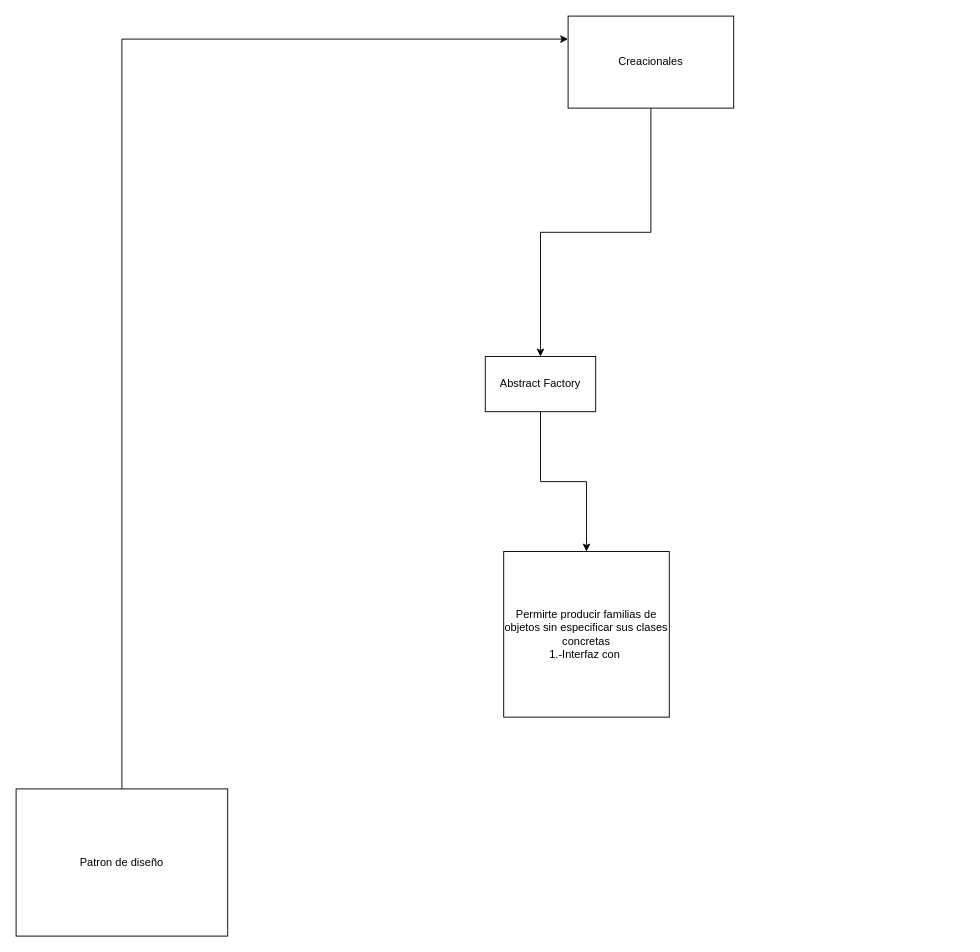
The draw.io diagram PatronesDisegne.drawio in droidark/mental-maps, before the edit. Source tidied: cells renumbered, new cells numbered last; positions are measured from the earlier drawing's top-left corner, leaving out a move shared by most shapes. Both pictures are drawn from the tidied source at 92%, with x=0, y=0 at pixel (16, 16).
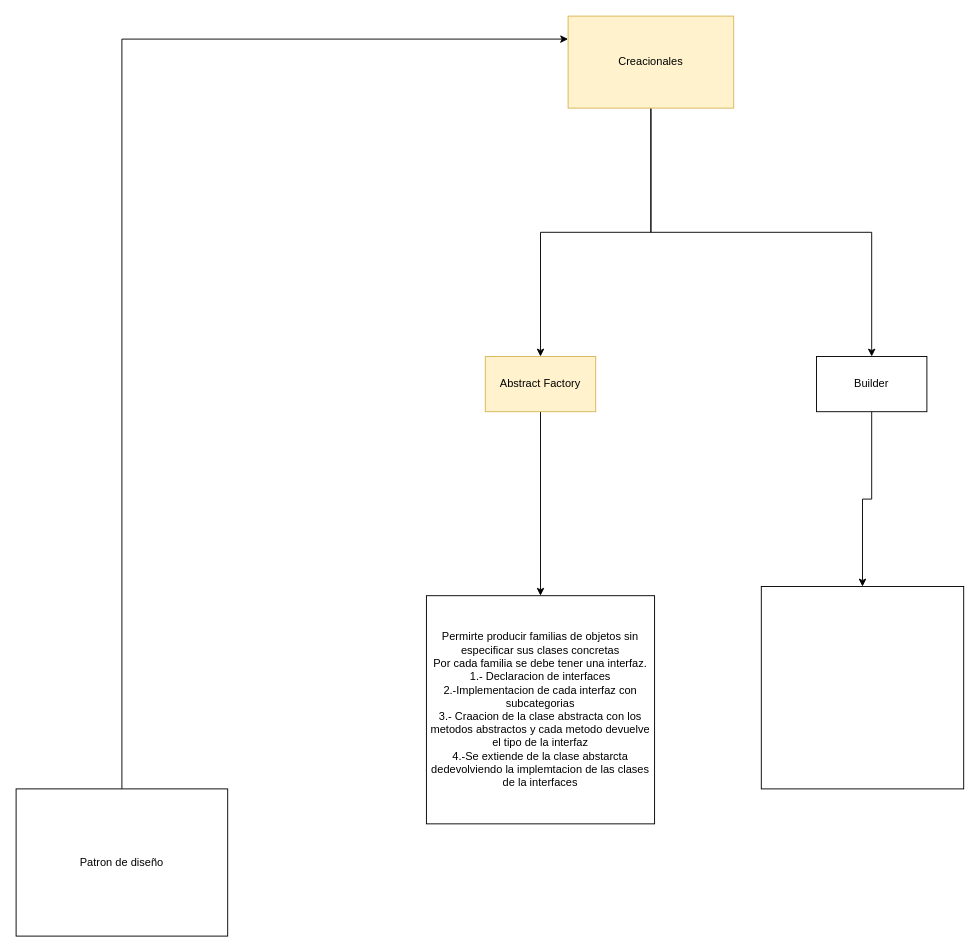
After the change.

The edit, as a diff of the source:
```diff
@@
 <mxGraphModel>
   <root>
     <mxCell id="0" />
     <mxCell id="1" parent="0" />
     <mxCell id="2" style="edgeStyle=orthogonalEdgeStyle;rounded=0;jettySize=auto;html=1;exitX=0.5;exitY=0;exitDx=0;exitDy=0;entryX=0;entryY=0.25;entryDx=0;entryDy=0;" parent="1" edge="1" source="3" target="5">
       <mxGeometry relative="1" as="geometry" />
     </mxCell>
     <mxCell id="3" value="Patron de diseño" style="rounded=0;whiteSpace=wrap;html=1;" parent="1" vertex="1">
       <mxGeometry y="840" width="230" height="160" as="geometry" />
     </mxCell>
     <mxCell id="4" style="edgeStyle=orthogonalEdgeStyle;rounded=0;jettySize=auto;html=1;exitX=0.5;exitY=1;exitDx=0;exitDy=0;" parent="1" edge="1" source="5" target="7">
       <mxGeometry relative="1" as="geometry" />
     </mxCell>
+    <mxCell id="9" style="edgeStyle=orthogonalEdgeStyle;rounded=0;jettySize=auto;html=1;exitX=0.5;exitY=1;exitDx=0;exitDy=0;" parent="1" edge="1" source="5" target="11">
+      <mxGeometry relative="1" as="geometry" />
+    </mxCell>
-    <mxCell id="5" value="Creacionales" style="rounded=0;whiteSpace=wrap;html=1;" parent="1" vertex="1">
+    <mxCell id="5" value="Creacionales" style="rounded=0;whiteSpace=wrap;html=1;fillColor=#fff2cc;strokeColor=#d6b656;" parent="1" vertex="1">
       <mxGeometry x="600" width="180" height="100" as="geometry" />
     </mxCell>
     <mxCell id="6" style="edgeStyle=orthogonalEdgeStyle;rounded=0;jettySize=auto;html=1;exitX=0.5;exitY=1;exitDx=0;exitDy=0;entryX=0.5;entryY=0;entryDx=0;entryDy=0;" parent="1" edge="1" source="7" target="8">
       <mxGeometry relative="1" as="geometry" />
     </mxCell>
-    <mxCell id="7" value="Abstract Factory" style="rounded=0;whiteSpace=wrap;html=1;" parent="1" vertex="1">
+    <mxCell id="7" value="Abstract Factory" style="rounded=0;whiteSpace=wrap;html=1;fillColor=#fff2cc;strokeColor=#d6b656;" parent="1" vertex="1">
       <mxGeometry x="510" y="370" width="120" height="60" as="geometry" />
     </mxCell>
-    <mxCell id="8" value="Permirte producir familias de objetos sin especificar sus clases concretas&lt;br&gt;1.-Interfaz con&amp;nbsp;" style="whiteSpace=wrap;html=1;" parent="1" vertex="1">
-      <mxGeometry x="530" y="582" width="180" height="180" as="geometry" />
+    <mxCell id="8" value="Permirte producir familias de objetos sin especificar sus clases concretas&lt;br&gt;Por cada familia se debe tener una interfaz.&lt;br&gt;1.- Declaracion de interfaces&lt;br&gt;2.-Implementacion de cada interfaz con subcategorias&lt;br&gt;3.- Craacion de la clase abstracta con los metodos abstractos y cada metodo devuelve el tipo de la interfaz&lt;br&gt;4.-Se extiende de la clase abstarcta dedevolviendo la implemtacion de las clases de la interfaces" style="whiteSpace=wrap;html=1;" parent="1" vertex="1">
+      <mxGeometry x="446" y="630" width="248" height="248" as="geometry" />
     </mxCell>
+    <mxCell id="10" style="edgeStyle=orthogonalEdgeStyle;rounded=0;jettySize=auto;html=1;" parent="1" edge="1" source="11" target="12">
+      <mxGeometry relative="1" as="geometry" />
+    </mxCell>
+    <mxCell id="11" value="Builder" style="rounded=0;whiteSpace=wrap;html=1;" parent="1" vertex="1">
+      <mxGeometry x="870" y="370" width="120" height="60" as="geometry" />
+    </mxCell>
+    <mxCell id="12" style="whiteSpace=wrap;html=1;" parent="1" vertex="1">
+      <mxGeometry x="810" y="620" width="220" height="220" as="geometry" />
+    </mxCell>
   </root>
 </mxGraphModel>
```
